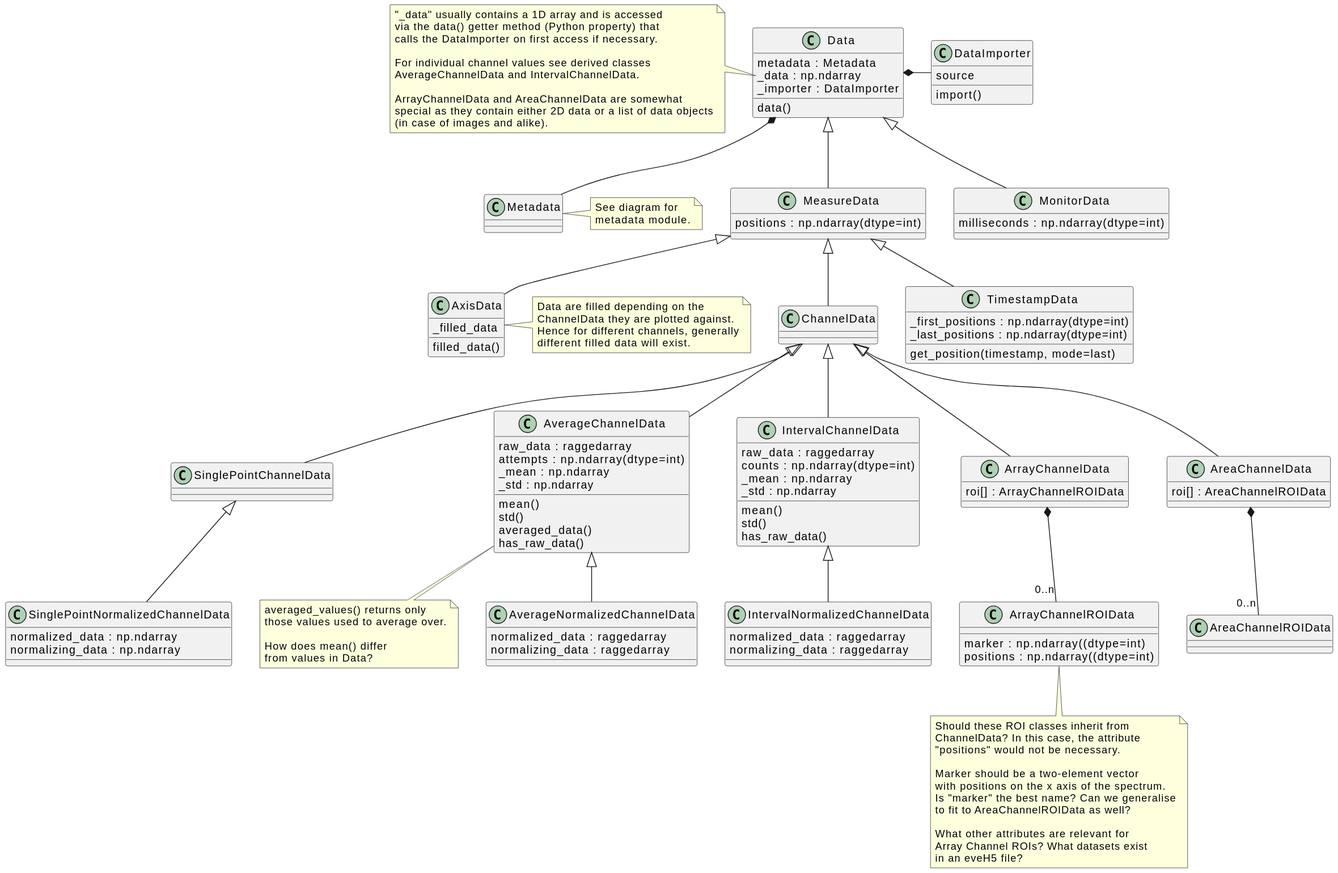
Before: docs/uml/evedata.evefile.data.svg, a diagram exported from PlantUML (tillbiskup/evedata).
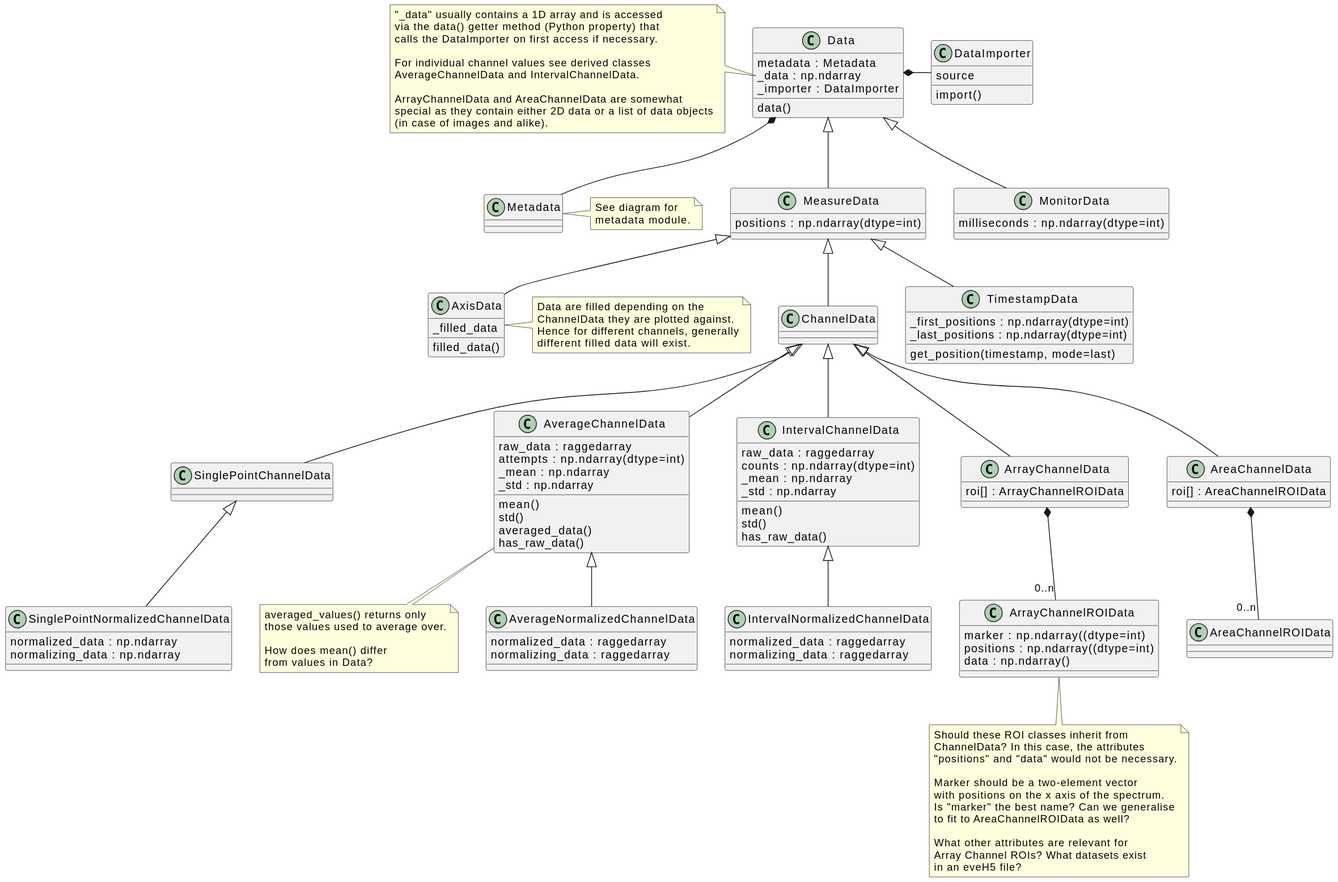
After the commit.

Commit message:
Update eveH5 scheme: new axisdata dataset; UML cleanup for evefile.data; some more thoughts on architecture

What changed in the source:
```diff
@@ -112,13 +112,14 @@
 ArrayChannelData *-- "0..n" ArrayChannelROIData
 
 class ArrayChannelROIData {
-    marker : np.ndarray((dtype=int)
-    positions : np.ndarray((dtype=int)
+    {field} marker : np.ndarray((dtype=int)
+    {field} positions : np.ndarray((dtype=int)
+    {field} data : np.ndarray()
 }
 note bottom of ArrayChannelROIData
     Should these ROI classes inherit from
-    ChannelData? In this case, the attribute
-    "positions" would not be necessary.
+    ChannelData? In this case, the attributes
+    "positions" and "data" would not be necessary.
 
     Marker should be a two-element vector
     with positions on the x axis of the spectrum.
```
